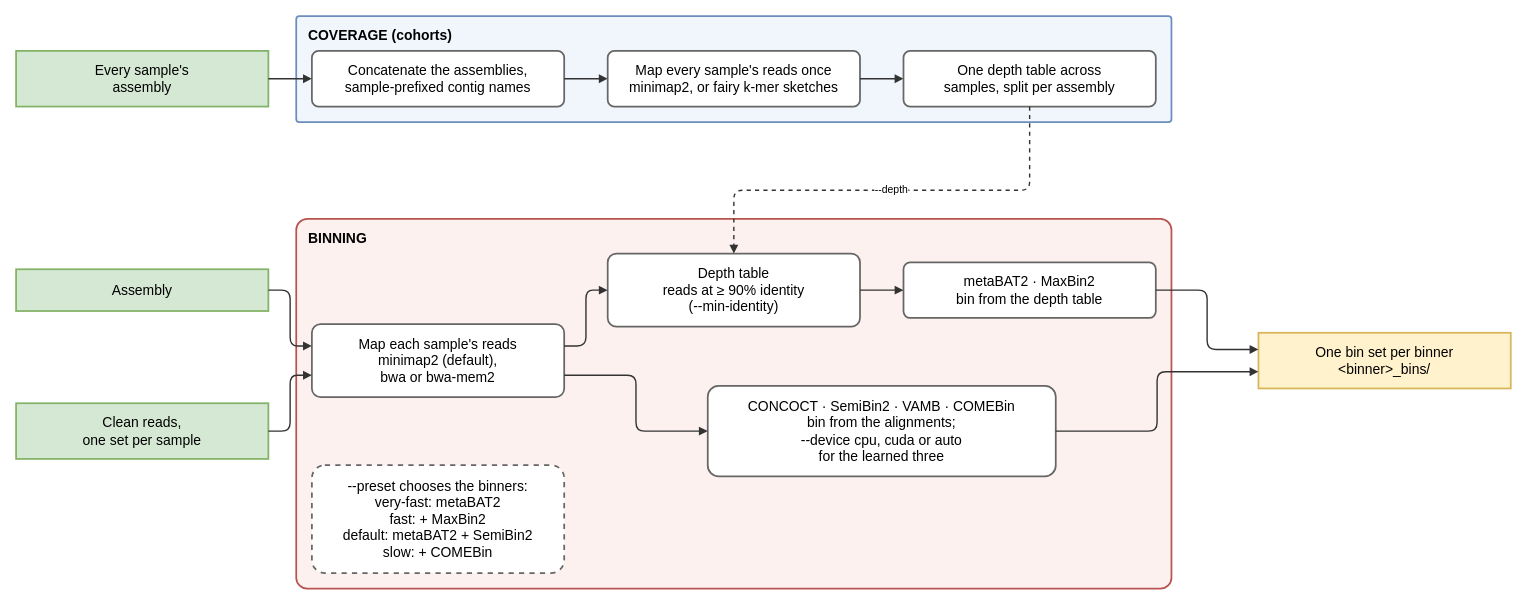
Above: flowcharts/drawio/binning.drawio in tcollins2011/MetaWrap2 (draw.io), before the change. Source tidied: cells renumbered, new cells numbered last; positions are measured from the earlier drawing's top-left corner, leaving out a move shared by most shapes. Both pictures are drawn from the tidied source at 87%, with x=0, y=0 at pixel (16, 16).
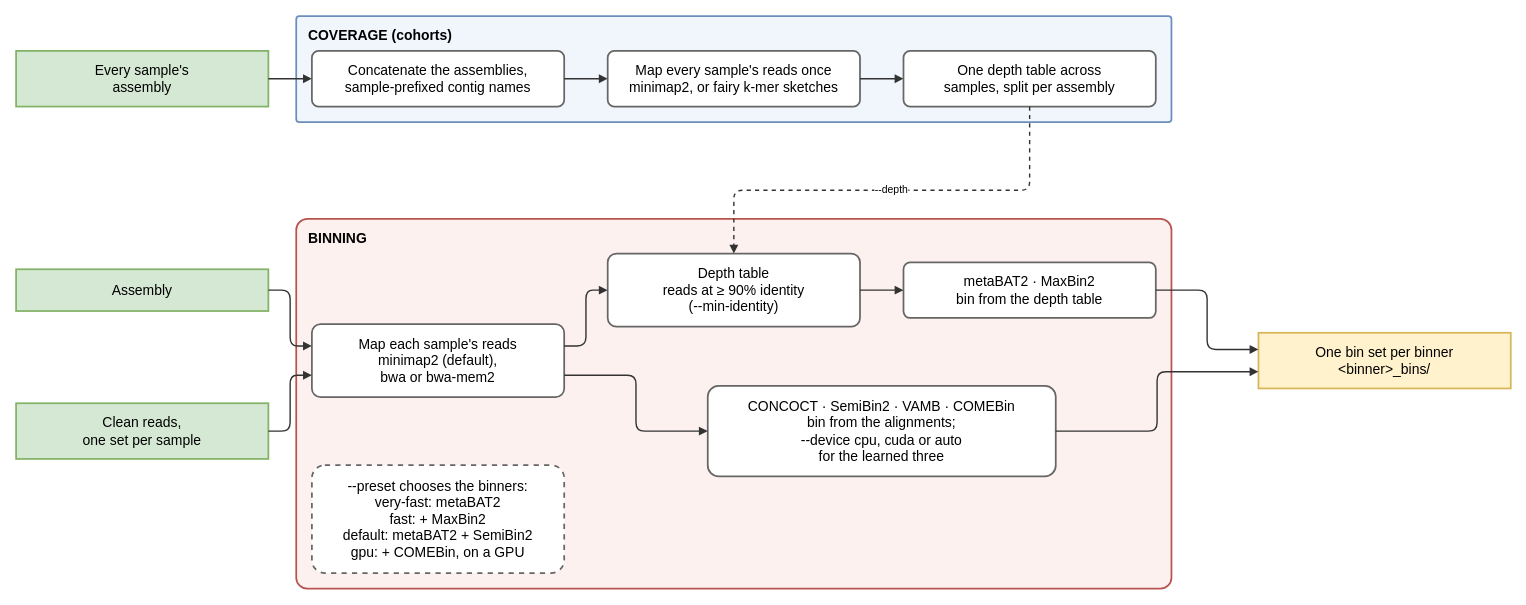
The same diagram, later.

The edit, as a diff of the source:
```diff
@@
-    <mxCell id="15" value="--preset chooses the binners:&lt;br&gt;very-fast: metaBAT2&lt;br&gt;fast: + MaxBin2&lt;br&gt;default: metaBAT2 + SemiBin2&lt;br&gt;slow: + COMEBin" style="rounded=1;arcSize=12;whiteSpace=wrap;html=1;fillColor=#FFFFFF;strokeColor=#666666;strokeWidth=2;fontFamily=Helvetica;fontSize=16;fontColor=#000000;dashed=1;" parent="1" vertex="1">
+    <mxCell id="15" value="--preset chooses the binners:&lt;br&gt;very-fast: metaBAT2&lt;br&gt;fast: + MaxBin2&lt;br&gt;default: metaBAT2 + SemiBin2&lt;br&gt;gpu: + COMEBin, on a GPU" style="rounded=1;arcSize=12;whiteSpace=wrap;html=1;fillColor=#FFFFFF;strokeColor=#666666;strokeWidth=2;fontFamily=Helvetica;fontSize=16;fontColor=#000000;dashed=1;" parent="1" vertex="1">
       <mxGeometry x="340" y="516.2" width="290" height="124" as="geometry" />
     </mxCell>
```
